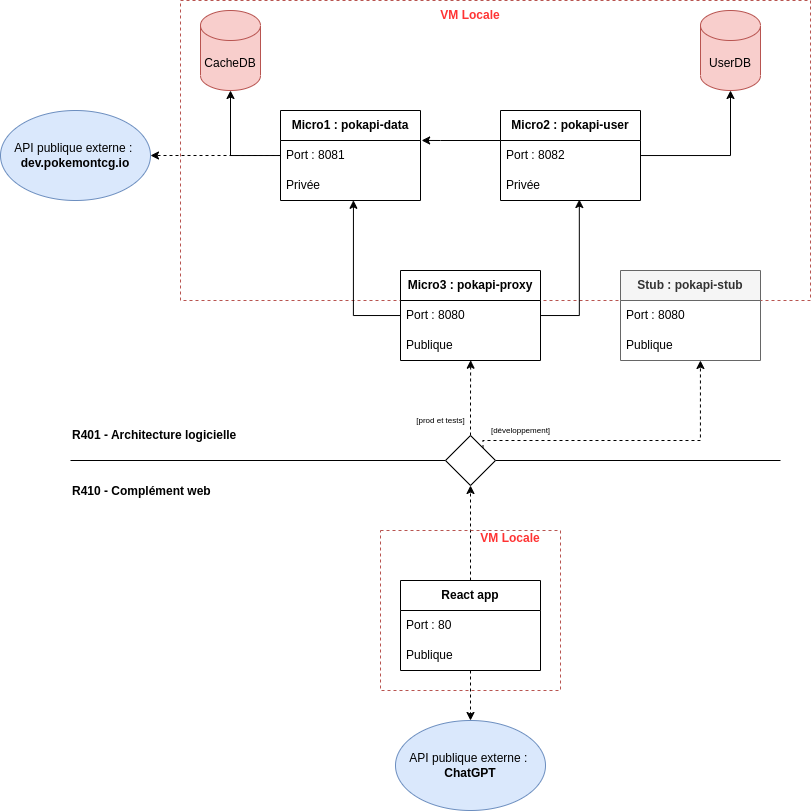
PolLamothe/Pokapi keeps this draw.io diagram as commun/Architecture-globale.drawio.png. Above is the earlier version. Source tidied: cells renumbered, new cells last; positions are measured from the earlier drawing's top-left corner, leaving out a move shared by most shapes.
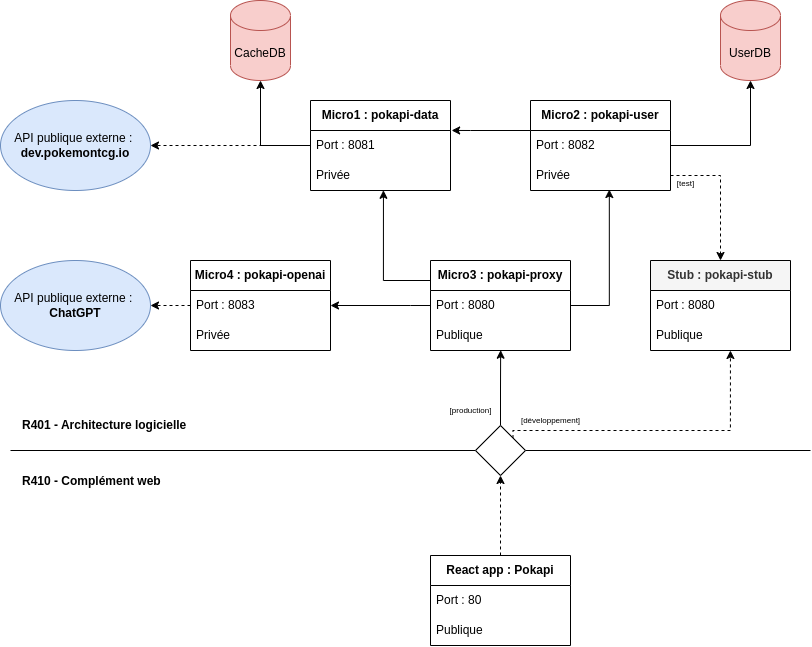
Later version of the same file.

What changed in the source:
```diff
@@ -2,29 +2,20 @@
   <root>
     <mxCell id="0" />
     <mxCell id="1" parent="0" />
-    <mxCell id="2" style="group;" parent="1" vertex="1">
-      <mxGeometry x="180" width="630" height="300" as="geometry" />
-    </mxCell>
-    <mxCell id="3" style="rounded=0;whiteSpace=wrap;html=1;dashed=1;perimeterSpacing=0;fillColor=none;strokeColor=#b85450;" parent="2" vertex="1">
-      <mxGeometry width="630" height="300" as="geometry" />
-    </mxCell>
-    <mxCell id="4" value="&lt;b&gt;VM Locale&lt;/b&gt;" style="text;html=1;strokeColor=none;fillColor=none;align=center;verticalAlign=middle;whiteSpace=wrap;rounded=0;fontColor=#FF3333;" parent="2" vertex="1">
-      <mxGeometry x="245" width="90" height="30" as="geometry" />
-    </mxCell>
     <mxCell id="5" value="UserDB" style="shape=cylinder3;whiteSpace=wrap;html=1;boundedLbl=1;backgroundOutline=1;size=15;fillColor=#f8cecc;strokeColor=#b85450;" parent="1" vertex="1">
-      <mxGeometry x="700" y="10" width="60" height="80" as="geometry" />
+      <mxGeometry x="690" y="10" width="60" height="80" as="geometry" />
     </mxCell>
     <mxCell id="6" value="CacheDB" style="shape=cylinder3;whiteSpace=wrap;html=1;boundedLbl=1;backgroundOutline=1;size=15;fillColor=#f8cecc;strokeColor=#b85450;" parent="1" vertex="1">
       <mxGeometry x="200" y="10" width="60" height="80" as="geometry" />
     </mxCell>
     <mxCell id="7" value="R401 - Architecture logicielle" style="text;html=1;strokeColor=none;fillColor=none;align=left;verticalAlign=middle;whiteSpace=wrap;rounded=0;fontStyle=1;" parent="1" vertex="1">
-      <mxGeometry x="70" y="420" width="200" height="30" as="geometry" />
+      <mxGeometry x="-10" y="420" width="200" height="30" as="geometry" />
     </mxCell>
     <mxCell id="8" value="R410 - Complément web" style="text;html=1;strokeColor=none;fillColor=none;align=left;verticalAlign=middle;whiteSpace=wrap;rounded=0;fontStyle=1;" parent="1" vertex="1">
-      <mxGeometry x="70" y="476" width="200" height="30" as="geometry" />
+      <mxGeometry x="-10" y="476" width="200" height="30" as="geometry" />
     </mxCell>
     <mxCell id="9" value="API publique externe :&amp;nbsp;&lt;br&gt;&lt;b&gt;dev.pokemontcg.io&lt;/b&gt;" style="ellipse;whiteSpace=wrap;html=1;fillColor=#dae8fc;strokeColor=#6c8ebf;" parent="1" vertex="1">
-      <mxGeometry y="110" width="150" height="90" as="geometry" />
+      <mxGeometry x="-30" y="110" width="150" height="90" as="geometry" />
     </mxCell>
     <mxCell id="10" style="edgeStyle=orthogonalEdgeStyle;rounded=0;jettySize=auto;html=1;dashed=1;" parent="1" edge="1" source="12" target="9">
       <mxGeometry relative="1" as="geometry" />
@@ -73,7 +64,7 @@
     <mxCell id="23" style="edgeStyle=orthogonalEdgeStyle;rounded=0;jettySize=auto;html=1;entryX=0.521;entryY=0.993;entryDx=0;entryDy=0;entryPerimeter=0;" parent="1" edge="1" source="20" target="14">
       <mxGeometry relative="1" as="geometry">
         <Array as="points">
-          <mxPoint x="353" y="315" />
+          <mxPoint x="353" y="290" />
         </Array>
       </mxGeometry>
     </mxCell>
@@ -89,17 +80,17 @@
         <mxPoint x="780" y="460" as="targetPoint" />
       </mxGeometry>
     </mxCell>
-    <mxCell id="26" style="edgeStyle=orthogonalEdgeStyle;rounded=0;jettySize=auto;html=1;entryX=0.501;entryY=0.991;entryDx=0;entryDy=0;entryPerimeter=0;dashed=1;exitX=0.5;exitY=0;exitDx=0;exitDy=0;" parent="1" edge="1" source="40" target="22">
+    <mxCell id="26" style="edgeStyle=orthogonalEdgeStyle;rounded=0;jettySize=auto;html=1;entryX=0.501;entryY=0.991;entryDx=0;entryDy=0;entryPerimeter=0;exitX=0.5;exitY=0;exitDx=0;exitDy=0;" parent="1" edge="1" source="40" target="22">
       <mxGeometry relative="1" as="geometry" />
     </mxCell>
     <mxCell id="27" style="edgeStyle=orthogonalEdgeStyle;rounded=0;jettySize=auto;html=1;dashed=1;entryX=0.5;entryY=1;entryDx=0;entryDy=0;" parent="1" edge="1" source="29" target="40">
       <mxGeometry relative="1" as="geometry" />
     </mxCell>
-    <mxCell id="28" style="edgeStyle=orthogonalEdgeStyle;rounded=0;jettySize=auto;html=1;entryX=0.5;entryY=0;entryDx=0;entryDy=0;dashed=1;" parent="1" edge="1" source="29" target="32">
+    <mxCell id="28" style="edgeStyle=orthogonalEdgeStyle;rounded=0;jettySize=auto;html=1;entryX=1;entryY=0.5;entryDx=0;entryDy=0;dashed=1;exitX=0;exitY=0.5;exitDx=0;exitDy=0;" parent="1" edge="1" source="45" target="32">
       <mxGeometry relative="1" as="geometry" />
     </mxCell>
-    <mxCell id="29" value="&lt;b&gt;React app&lt;/b&gt;" style="swimlane;fontStyle=0;horizontal=1;startSize=30;whiteSpace=wrap;html=1;" parent="1" vertex="1">
-      <mxGeometry x="400" y="580" width="140" height="90" as="geometry" />
+    <mxCell id="29" value="&lt;b&gt;React app : Pokapi&lt;/b&gt;" style="swimlane;fontStyle=0;horizontal=1;startSize=30;whiteSpace=wrap;html=1;" parent="1" vertex="1">
+      <mxGeometry x="400" y="565" width="140" height="90" as="geometry" />
     </mxCell>
     <mxCell id="30" value="Port : 80" style="text;strokeColor=none;fillColor=none;align=left;verticalAlign=middle;spacingLeft=4;spacingRight=4;overflow=hidden;whiteSpace=wrap;html=1;" parent="29" vertex="1">
       <mxGeometry y="30" width="140" height="30" as="geometry" />
@@ -108,9 +99,9 @@
       <mxGeometry y="60" width="140" height="30" as="geometry" />
     </mxCell>
     <mxCell id="32" value="API publique externe :&amp;nbsp;&lt;br&gt;&lt;b&gt;ChatGPT&lt;/b&gt;" style="ellipse;whiteSpace=wrap;html=1;fillColor=#dae8fc;strokeColor=#6c8ebf;" parent="1" vertex="1">
-      <mxGeometry x="395" y="720" width="150" height="90" as="geometry" />
+      <mxGeometry x="-30" y="270" width="150" height="90" as="geometry" />
     </mxCell>
-    <mxCell id="33" value="&lt;b&gt;Stub : pokapi-stub&lt;/b&gt;" style="swimlane;fontStyle=0;horizontal=1;startSize=30;whiteSpace=wrap;html=1;fillColor=#f5f5f5;fontColor=#333333;strokeColor=#666666;" parent="1" vertex="1">
+    <mxCell id="33" value="&lt;b&gt;Stub : pokapi-stub&lt;/b&gt;" style="swimlane;fontStyle=0;horizontal=1;startSize=30;whiteSpace=wrap;html=1;fillColor=#f5f5f5;fontColor=#333333;strokeColor=default;" parent="1" vertex="1">
       <mxGeometry x="620" y="270" width="140" height="90" as="geometry" />
     </mxCell>
     <mxCell id="34" value="Port : 8080" style="text;strokeColor=none;fillColor=none;align=left;verticalAlign=middle;spacingLeft=4;spacingRight=4;overflow=hidden;whiteSpace=wrap;html=1;" parent="33" vertex="1">
@@ -132,27 +123,47 @@
         <mxPoint x="-97" y="-12" as="offset" />
       </mxGeometry>
     </mxCell>
-    <mxCell id="38" value="[prod et tests]" style="edgeLabel;html=1;align=center;verticalAlign=middle;fontSize=8;" parent="36" vertex="1">
+    <mxCell id="38" value="[production]" style="edgeLabel;html=1;align=center;verticalAlign=middle;fontSize=8;" parent="36" vertex="1">
       <mxGeometry x="-0.07" y="-2" relative="1" as="geometry">
         <mxPoint x="-177" y="-22" as="offset" />
       </mxGeometry>
     </mxCell>
     <mxCell id="39" style="endArrow=none;html=1;rounded=0;" parent="1" edge="1" target="40">
       <mxGeometry relative="1" as="geometry">
-        <mxPoint x="70" y="460" as="sourcePoint" />
+        <mxPoint x="-20" y="460" as="sourcePoint" />
       </mxGeometry>
     </mxCell>
     <mxCell id="40" style="rhombus;whiteSpace=wrap;html=1;" parent="1" vertex="1">
       <mxGeometry x="445" y="435" width="50" height="50" as="geometry" />
     </mxCell>
-    <mxCell id="41" style="group;" parent="1" vertex="1">
-      <mxGeometry x="380" y="530" width="180" height="160" as="geometry" />
-    </mxCell>
-    <mxCell id="42" style="rounded=0;whiteSpace=wrap;html=1;dashed=1;perimeterSpacing=0;fillColor=none;strokeColor=#b85450;" parent="41" vertex="1">
-      <mxGeometry width="180" height="160" as="geometry" />
-    </mxCell>
-    <mxCell id="43" value="&lt;b&gt;VM Locale&lt;/b&gt;" style="text;html=1;strokeColor=none;fillColor=none;align=center;verticalAlign=middle;whiteSpace=wrap;rounded=0;fontColor=#FF3333;" parent="41" vertex="1">
-      <mxGeometry x="90" width="80" height="16" as="geometry" />
-    </mxCell>
+    <mxCell id="44" value="&lt;b&gt;Micro4&amp;nbsp;: pokapi-openai&lt;/b&gt;" style="swimlane;fontStyle=0;horizontal=1;startSize=30;whiteSpace=wrap;html=1;" parent="1" vertex="1">
+      <mxGeometry x="160" y="270" width="140" height="90" as="geometry" />
+    </mxCell>
+    <mxCell id="45" value="Port : 8083" style="text;strokeColor=none;fillColor=none;align=left;verticalAlign=middle;spacingLeft=4;spacingRight=4;overflow=hidden;points=[[0,0.5],[1,0.5]];portConstraint=eastwest;whiteSpace=wrap;html=1;" parent="44" vertex="1">
+      <mxGeometry y="30" width="140" height="30" as="geometry" />
+    </mxCell>
+    <mxCell id="46" value="Privée" style="text;strokeColor=none;fillColor=none;align=left;verticalAlign=middle;spacingLeft=4;spacingRight=4;overflow=hidden;whiteSpace=wrap;html=1;" parent="44" vertex="1">
+      <mxGeometry y="60" width="140" height="30" as="geometry" />
+    </mxCell>
+    <mxCell id="47" style="edgeStyle=orthogonalEdgeStyle;rounded=0;jettySize=auto;html=1;entryX=1;entryY=0.5;entryDx=0;entryDy=0;exitX=0;exitY=0.5;exitDx=0;exitDy=0;" parent="1" edge="1" source="21" target="45">
+      <mxGeometry relative="1" as="geometry">
+        <Array as="points">
+          <mxPoint x="380" y="315" />
+          <mxPoint x="380" y="315" />
+        </Array>
+      </mxGeometry>
+    </mxCell>
+    <mxCell id="48" style="endArrow=classic;html=1;rounded=0;exitX=1;exitY=0.5;exitDx=0;exitDy=0;entryX=0.5;entryY=0;entryDx=0;entryDy=0;dashed=1;" parent="1" edge="1" source="19" target="33">
+      <mxGeometry relative="1" as="geometry">
+        <Array as="points">
+          <mxPoint x="690" y="185" />
+        </Array>
+      </mxGeometry>
+    </mxCell>
+    <mxCell id="49" value="[test]" style="edgeLabel;html=1;align=center;verticalAlign=middle;fontSize=8;" parent="48" vertex="1">
+      <mxGeometry x="0.2" relative="1" as="geometry">
+        <mxPoint x="-35" y="-23" as="offset" />
+      </mxGeometry>
+    </mxCell>
   </root>
 </mxGraphModel>
```
